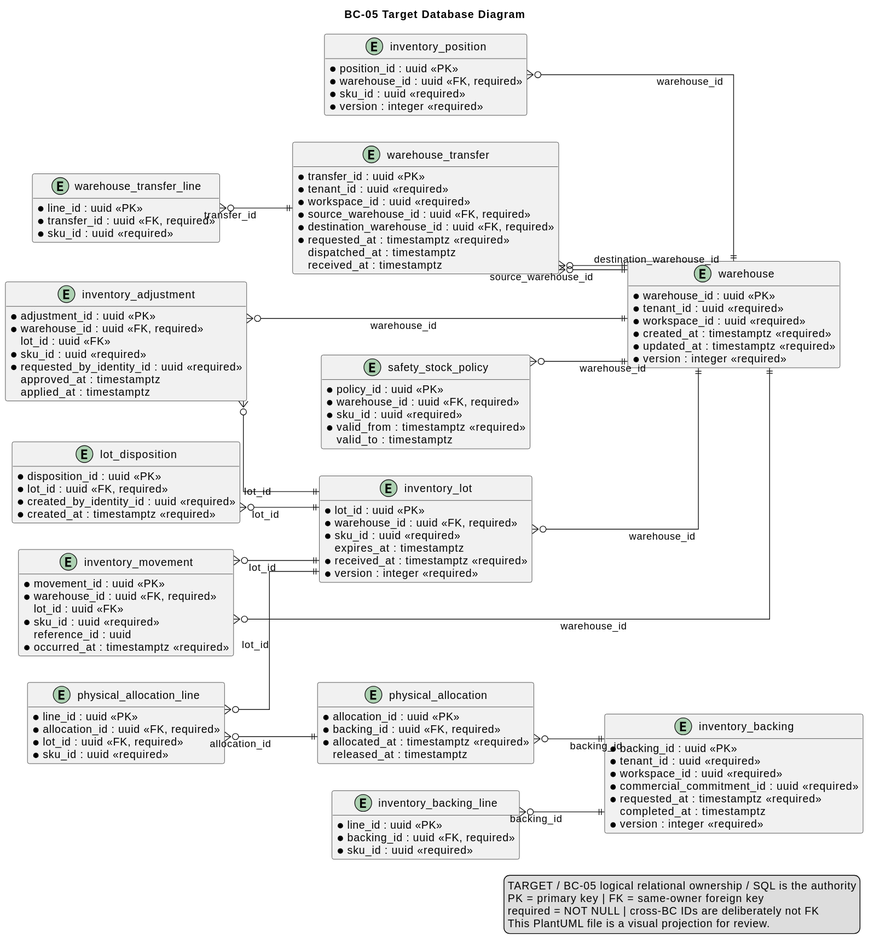
Before: 01-shared/domain/bounded-contexts/BC-05-inventory-availability/data/database-diagram.svg, a diagram exported from PlantUML (nexa-suite/blueprint). Source of this version:
```plantuml
@startuml
title BC-05 Target Database Diagram
left to right direction
hide methods
skinparam shadowing false
skinparam linetype ortho
skinparam entity {
  BackgroundColor #F8FAFC
  BorderColor #334155
  FontColor #0F172A
}

entity "warehouse" as t_warehouse {
  * warehouse_id : uuid <<PK>>
  * tenant_id : uuid <<required>>
  * workspace_id : uuid <<required>>
  * code : varchar(80) <<required>>
  * name : varchar(160) <<required>>
  * status : varchar(32) <<required>>
  * timezone : varchar(80) <<required>>
  * created_at : timestamptz <<required>>
  * updated_at : timestamptz <<required>>
  * version : integer <<required>>
}

entity "inventory_lot" as t_inventory_lot {
  * lot_id : uuid <<PK>>
  * warehouse_id : uuid <<FK, required>>
  * sku_id : uuid <<required>>
  * lot_code : varchar(120) <<required>>
    expires_at : timestamptz
  * on_hand_quantity : numeric(19,6) <<required>>
  * held_quantity : numeric(19,6) <<required>>
  * status : varchar(32) <<required>>
  * received_at : timestamptz <<required>>
  * version : integer <<required>>
}

entity "inventory_position" as t_inventory_position {
  * position_id : uuid <<PK>>
  * warehouse_id : uuid <<FK, required>>
  * sku_id : uuid <<required>>
  * on_hand_quantity : numeric(19,6) <<required>>
  * reserved_quantity : numeric(19,6) <<required>>
  * held_quantity : numeric(19,6) <<required>>
  * version : integer <<required>>
}

entity "inventory_movement" as t_inventory_movement {
  * movement_id : uuid <<PK>>
  * warehouse_id : uuid <<FK, required>>
    lot_id : uuid <<FK>>
  * sku_id : uuid <<required>>
  * kind : varchar(32) <<required>>
  * quantity : numeric(19,6) <<required>>
    reference_type : varchar(80)
    reference_id : uuid
  * occurred_at : timestamptz <<required>>
}

entity "safety_stock_policy" as t_safety_stock_policy {
  * policy_id : uuid <<PK>>
  * warehouse_id : uuid <<FK, required>>
  * sku_id : uuid <<required>>
  * minimum_quantity : numeric(19,6) <<required>>
  * valid_from : timestamptz <<required>>
    valid_to : timestamptz
}

entity "inventory_backing" as t_inventory_backing {
  * backing_id : uuid <<PK>>
  * tenant_id : uuid <<required>>
  * workspace_id : uuid <<required>>
  * commercial_commitment_id : uuid <<required>>
  * status : varchar(32) <<required>>
  * requested_at : timestamptz <<required>>
    completed_at : timestamptz
  * version : integer <<required>>
}

entity "inventory_backing_line" as t_inventory_backing_line {
  * line_id : uuid <<PK>>
  * backing_id : uuid <<FK, required>>
  * sku_id : uuid <<required>>
  * requested_quantity : numeric(19,6) <<required>>
  * backed_quantity : numeric(19,6) <<required>>
}

entity "physical_allocation" as t_physical_allocation {
  * allocation_id : uuid <<PK>>
  * backing_id : uuid <<FK, required>>
  * status : varchar(32) <<required>>
  * allocated_at : timestamptz <<required>>
    released_at : timestamptz
}

entity "physical_allocation_line" as t_physical_allocation_line {
  * line_id : uuid <<PK>>
  * allocation_id : uuid <<FK, required>>
  * lot_id : uuid <<FK, required>>
  * sku_id : uuid <<required>>
  * quantity : numeric(19,6) <<required>>
  * consumed_quantity : numeric(19,6) <<required>>
}

entity "inventory_adjustment" as t_inventory_adjustment {
  * adjustment_id : uuid <<PK>>
  * warehouse_id : uuid <<FK, required>>
    lot_id : uuid <<FK>>
  * sku_id : uuid <<required>>
  * quantity_delta : numeric(19,6) <<required>>
  * reason : varchar(500) <<required>>
  * status : varchar(32) <<required>>
  * requested_by_identity_id : uuid <<required>>
    approved_at : timestamptz
    applied_at : timestamptz
}

entity "warehouse_transfer" as t_warehouse_transfer {
  * transfer_id : uuid <<PK>>
  * tenant_id : uuid <<required>>
  * workspace_id : uuid <<required>>
  * source_warehouse_id : uuid <<FK, required>>
  * destination_warehouse_id : uuid <<FK, required>>
  * status : varchar(32) <<required>>
  * requested_at : timestamptz <<required>>
    dispatched_at : timestamptz
    received_at : timestamptz
}

entity "warehouse_transfer_line" as t_warehouse_transfer_line {
  * line_id : uuid <<PK>>
  * transfer_id : uuid <<FK, required>>
  * sku_id : uuid <<required>>
  * quantity : numeric(19,6) <<required>>
  * received_quantity : numeric(19,6) <<required>>
}

entity "lot_disposition" as t_lot_disposition {
  * disposition_id : uuid <<PK>>
  * lot_id : uuid <<FK, required>>
  * kind : varchar(32) <<required>>
  * reason : varchar(500) <<required>>
  * quantity : numeric(19,6) <<required>>
  * created_by_identity_id : uuid <<required>>
  * created_at : timestamptz <<required>>
}

t_inventory_lot }o--|| t_warehouse : warehouse_id
t_inventory_position }o--|| t_warehouse : warehouse_id
t_inventory_movement }o--|| t_warehouse : warehouse_id
t_inventory_movement }o--|| t_inventory_lot : lot_id
t_safety_stock_policy }o--|| t_warehouse : warehouse_id
t_inventory_backing_line }o--|| t_inventory_backing : backing_id
t_physical_allocation }o--|| t_inventory_backing : backing_id
t_physical_allocation_line }o--|| t_physical_allocation : allocation_id
t_physical_allocation_line }o--|| t_inventory_lot : lot_id
t_inventory_adjustment }o--|| t_warehouse : warehouse_id
t_inventory_adjustment }o--|| t_inventory_lot : lot_id
t_warehouse_transfer }o--|| t_warehouse : source_warehouse_id
t_warehouse_transfer }o--|| t_warehouse : destination_warehouse_id
t_warehouse_transfer_line }o--|| t_warehouse_transfer : transfer_id
t_lot_disposition }o--|| t_inventory_lot : lot_id

legend right
TARGET / BC-05 logical relational ownership / SQL is the authority
PK = primary key | FK = same-owner foreign key
required = NOT NULL | cross-BC IDs are deliberately not FK
This PlantUML file is a visual projection for review.
endlegend
@enduml
```
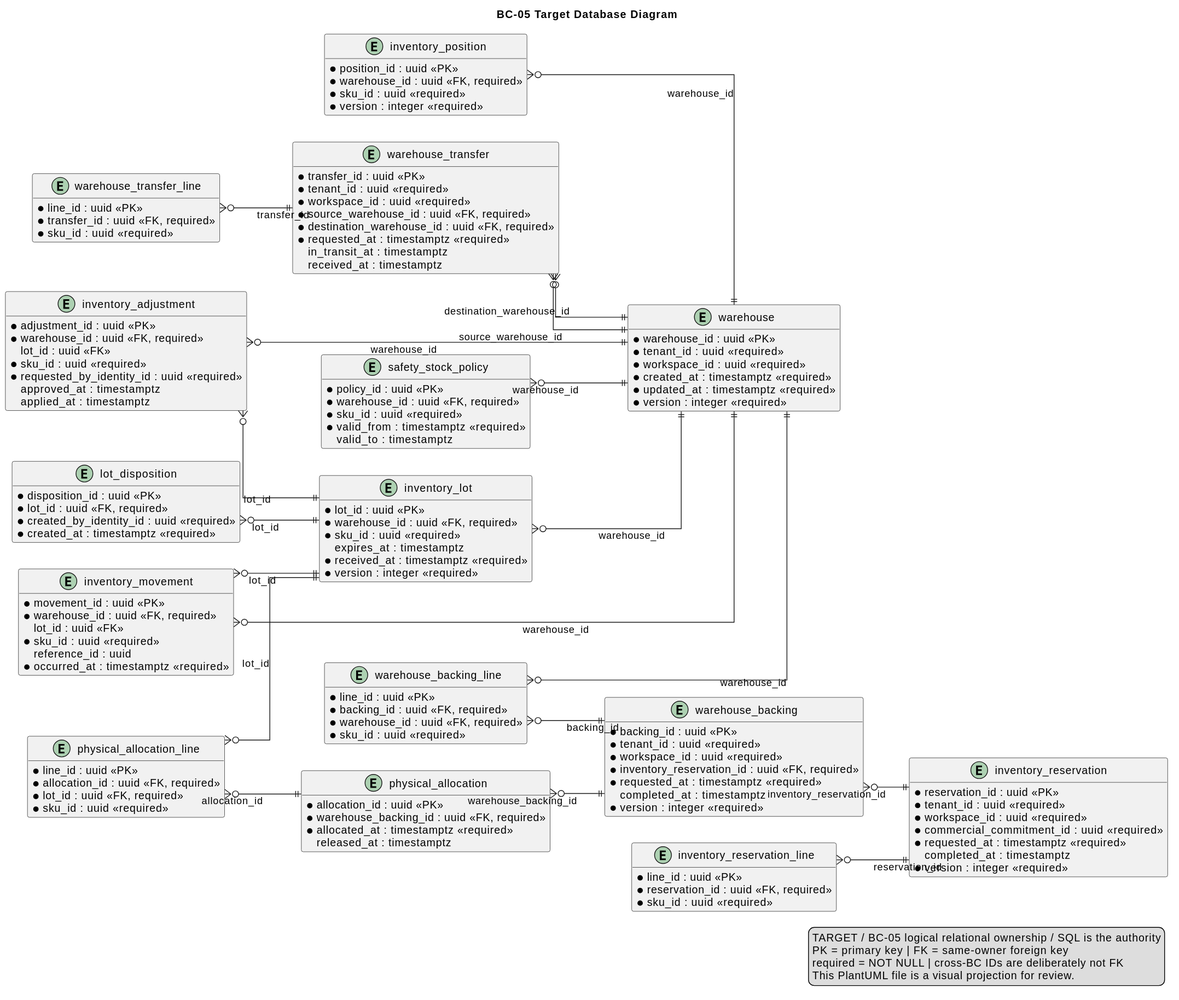
The same diagram one commit later.

What changed in the source:
```diff
@@ -67,8 +67,8 @@
     valid_to : timestamptz
 }
 
-entity "inventory_backing" as t_inventory_backing {
-  * backing_id : uuid <<PK>>
+entity "inventory_reservation" as t_inventory_reservation {
+  * reservation_id : uuid <<PK>>
   * tenant_id : uuid <<required>>
   * workspace_id : uuid <<required>>
   * commercial_commitment_id : uuid <<required>>
@@ -78,9 +78,29 @@
   * version : integer <<required>>
 }
 
-entity "inventory_backing_line" as t_inventory_backing_line {
+entity "inventory_reservation_line" as t_inventory_reservation_line {
+  * line_id : uuid <<PK>>
+  * reservation_id : uuid <<FK, required>>
+  * sku_id : uuid <<required>>
+  * requested_quantity : numeric(19,6) <<required>>
+  * reserved_quantity : numeric(19,6) <<required>>
+}
+
+entity "warehouse_backing" as t_warehouse_backing {
+  * backing_id : uuid <<PK>>
+  * tenant_id : uuid <<required>>
+  * workspace_id : uuid <<required>>
+  * inventory_reservation_id : uuid <<FK, required>>
+  * status : varchar(32) <<required>>
+  * requested_at : timestamptz <<required>>
+    completed_at : timestamptz
+  * version : integer <<required>>
+}
+
+entity "warehouse_backing_line" as t_warehouse_backing_line {
   * line_id : uuid <<PK>>
   * backing_id : uuid <<FK, required>>
+  * warehouse_id : uuid <<FK, required>>
   * sku_id : uuid <<required>>
   * requested_quantity : numeric(19,6) <<required>>
   * backed_quantity : numeric(19,6) <<required>>
@@ -88,7 +108,7 @@
 
 entity "physical_allocation" as t_physical_allocation {
   * allocation_id : uuid <<PK>>
-  * backing_id : uuid <<FK, required>>
+  * warehouse_backing_id : uuid <<FK, required>>
   * status : varchar(32) <<required>>
   * allocated_at : timestamptz <<required>>
     released_at : timestamptz
@@ -124,7 +144,7 @@
   * destination_warehouse_id : uuid <<FK, required>>
   * status : varchar(32) <<required>>
   * requested_at : timestamptz <<required>>
-    dispatched_at : timestamptz
+    in_transit_at : timestamptz
     received_at : timestamptz
 }
 
@@ -151,8 +171,11 @@
 t_inventory_movement }o--|| t_warehouse : warehouse_id
 t_inventory_movement }o--|| t_inventory_lot : lot_id
 t_safety_stock_policy }o--|| t_warehouse : warehouse_id
-t_inventory_backing_line }o--|| t_inventory_backing : backing_id
-t_physical_allocation }o--|| t_inventory_backing : backing_id
+t_inventory_reservation_line }o--|| t_inventory_reservation : reservation_id
+t_warehouse_backing }o--|| t_inventory_reservation : inventory_reservation_id
+t_warehouse_backing_line }o--|| t_warehouse_backing : backing_id
+t_warehouse_backing_line }o--|| t_warehouse : warehouse_id
+t_physical_allocation }o--|| t_warehouse_backing : warehouse_backing_id
 t_physical_allocation_line }o--|| t_physical_allocation : allocation_id
 t_physical_allocation_line }o--|| t_inventory_lot : lot_id
 t_inventory_adjustment }o--|| t_warehouse : warehouse_id
```
